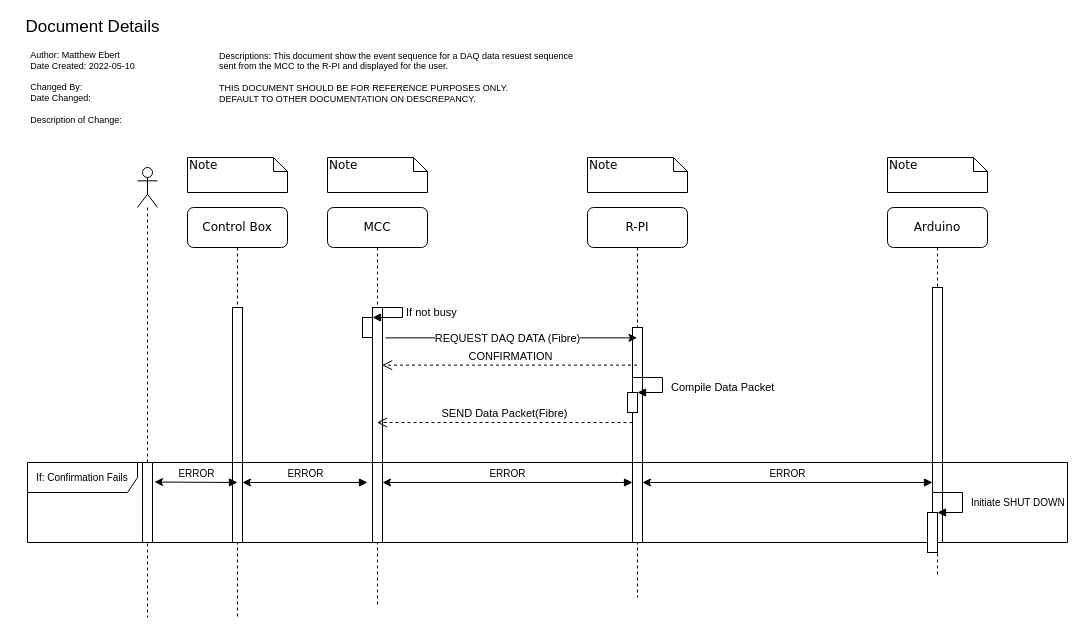
Before: requirements_design/REQUEST_DAQ_DATA_sequence.drawio in UVicRocketry/Hybrid-Controls-System, a draw.io diagram. Source tidied: cells renumbered, new cells numbered last; positions are measured from the earlier drawing's top-left corner, leaving out a move shared by most shapes. Both pictures are drawn from the tidied source at 100%, with x=0, y=0 at pixel (17, 17).
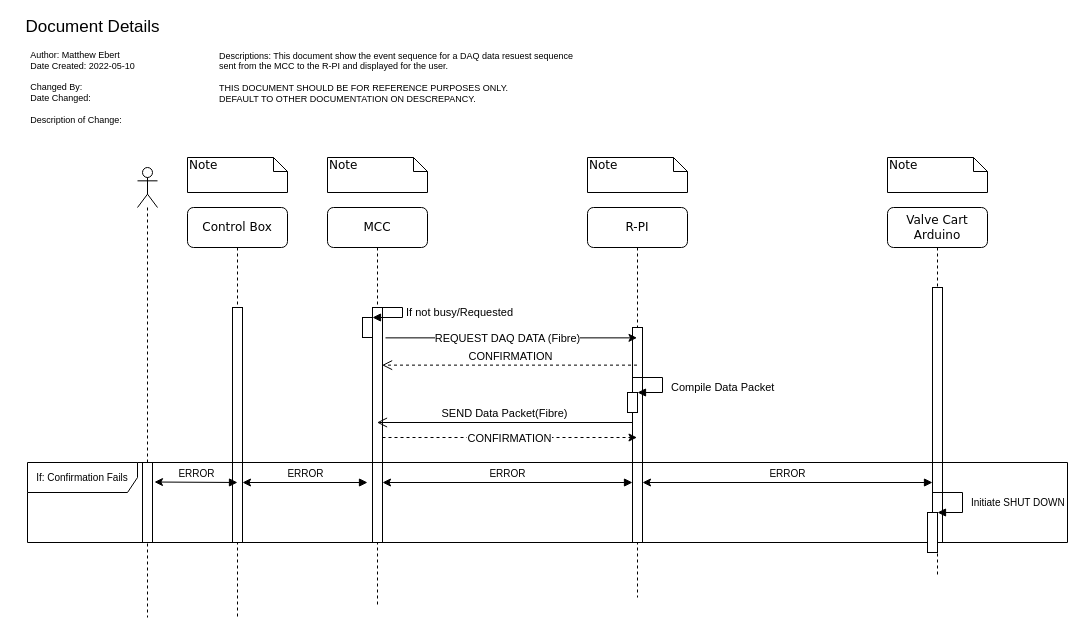
After the change.

Commit message (it also covers changes not shown here):
Added Igniter Sequence and update Request DAQ sequence

The change refers to these unchanged cells:
```xml
<mxCell id="2" value="MCC" style="shape=umlLifeline;perimeter=lifelinePerimeter;whiteSpace=wrap;html=1;outlineConnect=0;rounded=1;shadow=0;comic=0;labelBackgroundColor=none;strokeWidth=1;fontFamily=Verdana;fontSize=12;align=center;" parent="1" vertex="1">
  <mxGeometry x="310" y="190" width="100" height="400" as="geometry" />
</mxCell>
<mxCell id="3" style="html=1;points=[];perimeter=orthogonalPerimeter;rounded=0;shadow=0;comic=0;labelBackgroundColor=none;strokeWidth=1;fontFamily=Verdana;fontSize=12;align=center;" parent="2" vertex="1">
  <mxGeometry x="45" y="100" width="10" height="220" as="geometry" />
</mxCell>
<mxCell id="4" style="html=1;points=[];perimeter=orthogonalPerimeter;" parent="2" vertex="1">
  <mxGeometry x="35" y="110" width="10" height="20" as="geometry" />
</mxCell>
<mxCell id="6" value="R-PI" style="shape=umlLifeline;perimeter=lifelinePerimeter;whiteSpace=wrap;html=1;outlineConnect=0;rounded=1;shadow=0;comic=0;labelBackgroundColor=none;strokeWidth=1;fontFamily=Verdana;fontSize=12;align=center;" parent="1" vertex="1">
  <mxGeometry x="570" y="190" width="100" height="390" as="geometry" />
</mxCell>
<mxCell id="7" style="html=1;points=[];perimeter=orthogonalPerimeter;rounded=0;shadow=0;comic=0;labelBackgroundColor=none;strokeWidth=1;fontFamily=Verdana;fontSize=12;align=center;" parent="6" vertex="1">
  <mxGeometry x="45" y="120" width="10" height="190" as="geometry" />
</mxCell>
```

What changed in the source:
```diff
@@
-    <mxCell id="5" value="If not busy" style="edgeStyle=orthogonalEdgeStyle;html=1;align=left;spacingLeft=2;endArrow=block;rounded=0;entryX=1;entryY=0;" parent="2" edge="1" target="4">
+    <mxCell id="5" value="If not busy/Requested" style="edgeStyle=orthogonalEdgeStyle;html=1;align=left;spacingLeft=2;endArrow=block;rounded=0;entryX=1;entryY=0;" parent="2" edge="1" target="4">
       <mxGeometry relative="1" as="geometry">
         <mxPoint x="45" y="100" as="sourcePoint" />
         <Array as="points">
           <mxPoint x="75" y="100" />
         </Array>
       </mxGeometry>
     </mxCell>
@@
-    <mxCell id="10" value="Arduino" style="shape=umlLifeline;perimeter=lifelinePerimeter;whiteSpace=wrap;html=1;rounded=1;shadow=0;comic=0;labelBackgroundColor=none;strokeWidth=1;fontFamily=Verdana;fontSize=12;align=center;" parent="1" vertex="1">
+    <mxCell id="10" value="Valve Cart Arduino" style="shape=umlLifeline;perimeter=lifelinePerimeter;whiteSpace=wrap;html=1;rounded=1;shadow=0;comic=0;labelBackgroundColor=none;strokeWidth=1;fontFamily=Verdana;fontSize=12;align=center;" parent="1" vertex="1">
       <mxGeometry x="870" y="190" width="100" height="370" as="geometry" />
     </mxCell>
@@
-    <mxCell id="34" value="SEND Data Packet(Fibre)" style="html=1;verticalAlign=bottom;endArrow=open;dashed=1;endSize=8;rounded=0;" parent="1" edge="1" source="7" target="2">
+    <mxCell id="34" value="SEND Data Packet(Fibre)" style="html=1;verticalAlign=bottom;endArrow=open;endSize=8;rounded=0;" parent="1" edge="1" source="7" target="2">
       <mxGeometry relative="1" as="geometry" />
     </mxCell>
@@
+    <mxCell id="38" style="endArrow=classic;html=1;rounded=0;dashed=1;" parent="1" edge="1" source="3" target="6">
+      <mxGeometry relative="1" as="geometry">
+        <Array as="points">
+          <mxPoint x="590" y="420" />
+        </Array>
+      </mxGeometry>
+    </mxCell>
+    <mxCell id="39" value="CONFIRMATION" style="edgeLabel;html=1;align=center;verticalAlign=middle;" parent="38" vertex="1">
+      <mxGeometry x="-0.01" relative="1" as="geometry" />
+    </mxCell>
```
